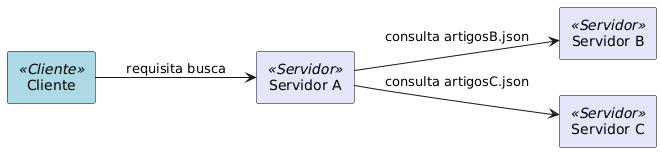
Above: images/arquitetura.png in alineop120/project-distributed-search (PlantUML), before the change.
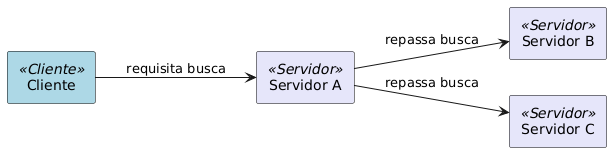
Later version of the same file.

Commit message:
docs: atualizar imagem da arquitetura em images/arquitetura.png

What changed in the source:
```diff
@@ -12,6 +12,6 @@
 rectangle "Servidor C" <<Servidor>> as ServidorC
 
 Cliente --> ServidorA : requisita busca
-ServidorA --> ServidorB : consulta artigosB.json
-ServidorA --> ServidorC : consulta artigosC.json
+ServidorA --> ServidorB : repassa busca
+ServidorA --> ServidorC : repassa busca
 @enduml
```
